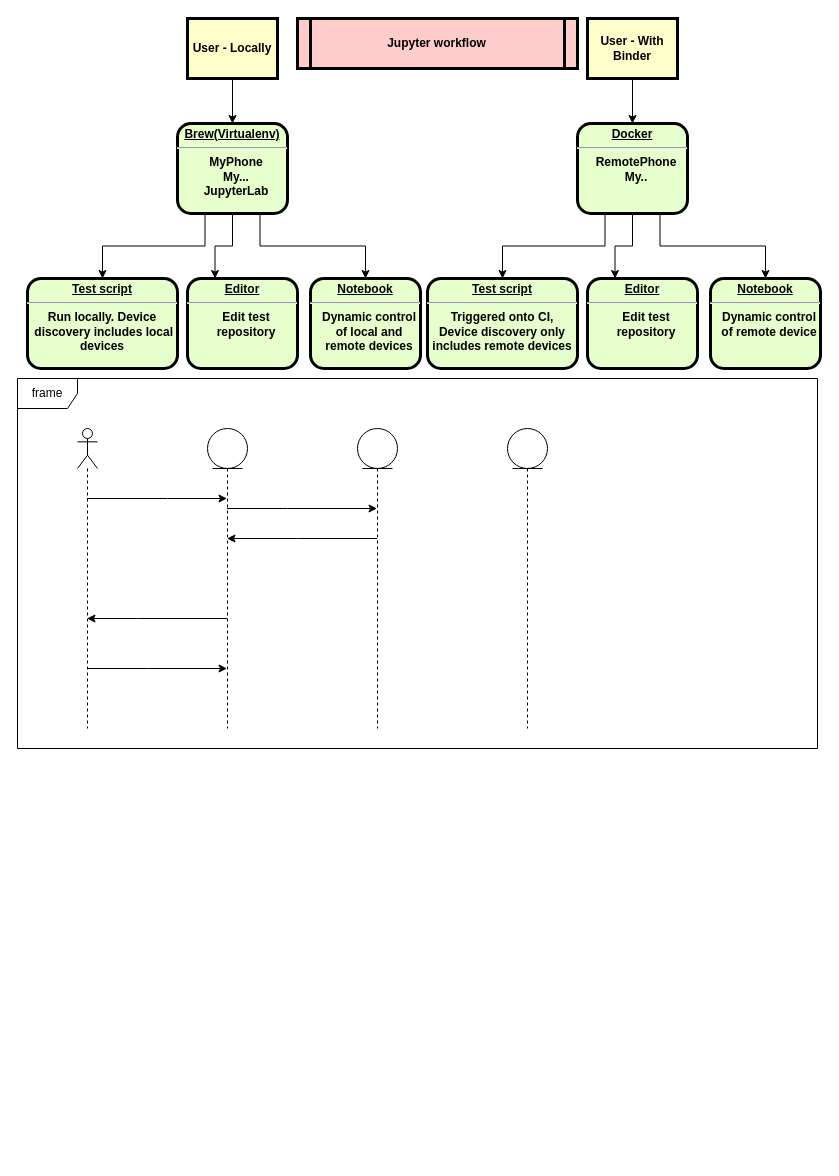
The draw.io diagram sequence.drawio in shaniarmon/presentations, before the edit. Source tidied: cells renumbered, new cells numbered last; positions are measured from the earlier drawing's top-left corner, leaving out a move shared by most shapes. Both pictures are drawn from the tidied source at 100%, with x=0, y=0 at pixel (17, 18).
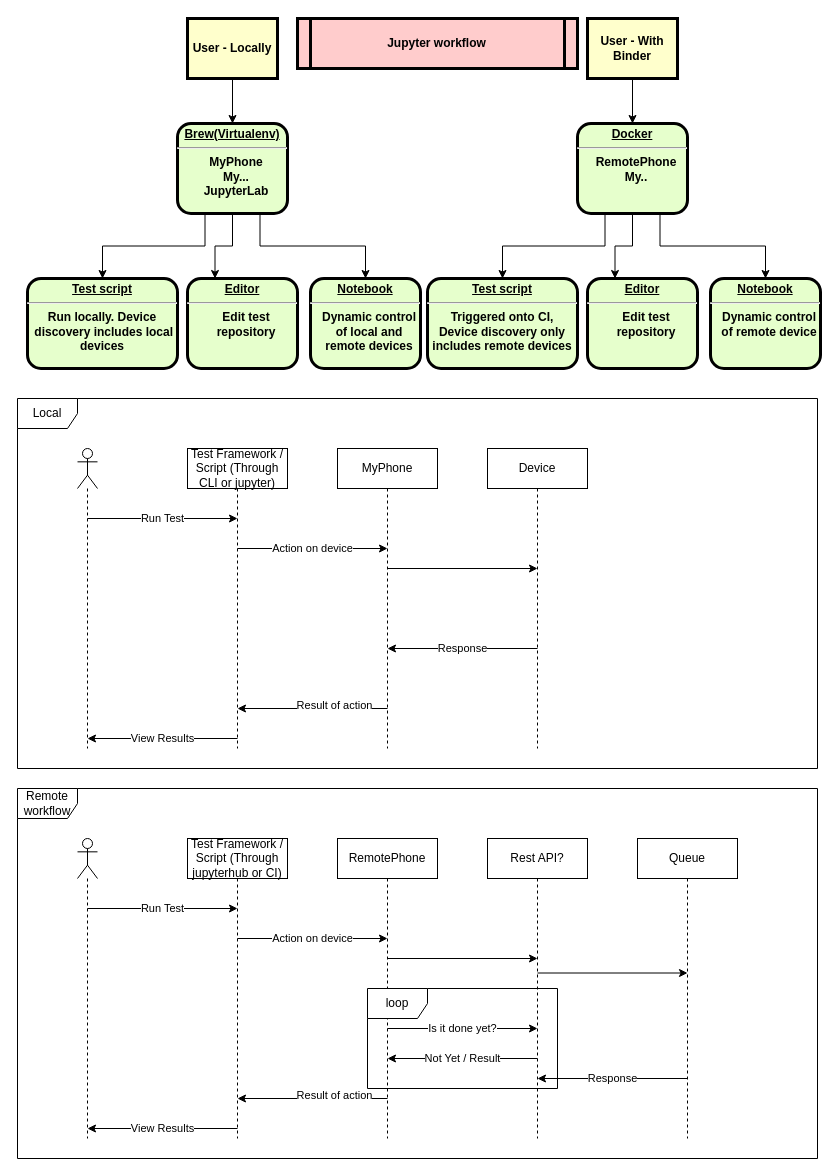
After the change.

Commit message:
sequence diagram

What changed in the source:
```diff
@@
-    <mxCell id="2" value="frame" style="shape=umlFrame;whiteSpace=wrap;html=1;" parent="1" vertex="1">
-      <mxGeometry y="360" width="800" height="370" as="geometry" />
-    </mxCell>
@@
-    <mxCell id="22" style="shape=umlLifeline;participant=umlActor;perimeter=lifelinePerimeter;whiteSpace=wrap;html=1;verticalAlign=top;spacingTop=36;labelBackgroundColor=#ffffff;outlineConnect=0;" parent="1" vertex="1">
-      <mxGeometry x="60" y="410" width="20" height="300" as="geometry" />
-    </mxCell>
-    <mxCell id="23" style="shape=umlLifeline;participant=umlEntity;perimeter=lifelinePerimeter;whiteSpace=wrap;html=1;verticalAlign=top;spacingTop=36;labelBackgroundColor=#ffffff;outlineConnect=0;" parent="1" vertex="1">
-      <mxGeometry x="190" y="410" width="40" height="300" as="geometry" />
-    </mxCell>
-    <mxCell id="24" style="shape=umlLifeline;participant=umlEntity;perimeter=lifelinePerimeter;whiteSpace=wrap;html=1;verticalAlign=top;spacingTop=36;labelBackgroundColor=#ffffff;" parent="1" vertex="1">
-      <mxGeometry x="490" y="410" width="40" height="300" as="geometry" />
-    </mxCell>
-    <mxCell id="25" style="shape=umlLifeline;participant=umlEntity;perimeter=lifelinePerimeter;whiteSpace=wrap;html=1;verticalAlign=top;spacingTop=36;labelBackgroundColor=#ffffff;outlineConnect=0;" parent="1" vertex="1">
-      <mxGeometry x="340" y="410" width="40" height="300" as="geometry" />
-    </mxCell>
-    <mxCell id="26" style="edgeStyle=orthogonalEdgeStyle;rounded=0;jettySize=auto;html=1;" parent="1" edge="1" source="22" target="23">
-      <mxGeometry relative="1" as="geometry">
-        <Array as="points">
-          <mxPoint x="150" y="480" />
-          <mxPoint x="150" y="480" />
-        </Array>
-      </mxGeometry>
-    </mxCell>
-    <mxCell id="27" style="edgeStyle=orthogonalEdgeStyle;rounded=0;jettySize=auto;html=1;" parent="1" edge="1" source="23" target="22">
-      <mxGeometry relative="1" as="geometry">
-        <Array as="points">
-          <mxPoint x="120" y="600" />
-          <mxPoint x="120" y="600" />
-        </Array>
-      </mxGeometry>
-    </mxCell>
-    <mxCell id="28" style="edgeStyle=orthogonalEdgeStyle;rounded=0;jettySize=auto;html=1;" parent="1" edge="1" source="25" target="23">
-      <mxGeometry relative="1" as="geometry">
-        <Array as="points">
-          <mxPoint x="280" y="520" />
-          <mxPoint x="280" y="520" />
-        </Array>
-      </mxGeometry>
-    </mxCell>
-    <mxCell id="29" style="edgeStyle=orthogonalEdgeStyle;rounded=0;jettySize=auto;html=1;" parent="1" edge="1" source="23" target="25">
-      <mxGeometry relative="1" as="geometry">
-        <Array as="points">
-          <mxPoint x="270" y="490" />
-          <mxPoint x="270" y="490" />
-        </Array>
-      </mxGeometry>
-    </mxCell>
-    <mxCell id="30" style="edgeStyle=orthogonalEdgeStyle;rounded=0;jettySize=auto;html=1;" parent="1" edge="1" source="22" target="23">
-      <mxGeometry relative="1" as="geometry">
-        <Array as="points">
-          <mxPoint x="130" y="650" />
-          <mxPoint x="130" y="650" />
-        </Array>
-      </mxGeometry>
-    </mxCell>
+    <mxCell id="31" value="Remote workflow" style="shape=umlFrame;whiteSpace=wrap;html=1;" parent="1" vertex="1">
+      <mxGeometry y="770" width="800" height="370" as="geometry" />
+    </mxCell>
+    <mxCell id="32" style="shape=umlLifeline;participant=umlActor;perimeter=lifelinePerimeter;whiteSpace=wrap;html=1;verticalAlign=top;spacingTop=36;labelBackgroundColor=#ffffff;" parent="1" vertex="1">
+      <mxGeometry x="60" y="820" width="20" height="300" as="geometry" />
+    </mxCell>
+    <mxCell id="33" style="edgeStyle=orthogonalEdgeStyle;rounded=0;orthogonalLoop=1;jettySize=auto;html=1;" parent="1" edge="1">
+      <mxGeometry relative="1" as="geometry">
+        <mxPoint x="370" y="1080" as="sourcePoint" />
+        <mxPoint x="220" y="1080" as="targetPoint" />
+        <Array as="points">
+          <mxPoint x="290.5" y="1080" />
+          <mxPoint x="290.5" y="1080" />
+        </Array>
+      </mxGeometry>
+    </mxCell>
+    <mxCell id="34" value="Result of action" style="edgeLabel;html=1;align=center;verticalAlign=middle;" parent="33" vertex="1">
+      <mxGeometry x="0.06" y="-26" relative="1" as="geometry">
+        <mxPoint x="26" y="22" as="offset" />
+      </mxGeometry>
+    </mxCell>
+    <mxCell id="35" value="Action on device" style="edgeStyle=orthogonalEdgeStyle;rounded=0;orthogonalLoop=1;jettySize=auto;html=1;" parent="1" edge="1">
+      <mxGeometry relative="1" as="geometry">
+        <mxPoint x="220" y="920" as="sourcePoint" />
+        <mxPoint x="370" y="920" as="targetPoint" />
+        <Array as="points">
+          <mxPoint x="280.5" y="920" />
+          <mxPoint x="280.5" y="920" />
+        </Array>
+      </mxGeometry>
+    </mxCell>
+    <mxCell id="36" value="Test Framework / Script (Through jupyterhub or CI)" style="shape=umlLifeline;perimeter=lifelinePerimeter;whiteSpace=wrap;html=1;" parent="1" vertex="1">
+      <mxGeometry x="170" y="820" width="100" height="300" as="geometry" />
+    </mxCell>
+    <mxCell id="37" value="RemotePhone" style="shape=umlLifeline;perimeter=lifelinePerimeter;whiteSpace=wrap;html=1;" parent="1" vertex="1">
+      <mxGeometry x="320" y="820" width="100" height="300" as="geometry" />
+    </mxCell>
+    <mxCell id="38" style="edgeStyle=orthogonalEdgeStyle;rounded=0;orthogonalLoop=1;jettySize=auto;html=1;" parent="1" edge="1">
+      <mxGeometry relative="1" as="geometry">
+        <mxPoint x="370" y="940" as="sourcePoint" />
+        <mxPoint x="520" y="940" as="targetPoint" />
+        <Array as="points">
+          <mxPoint x="430.5" y="940" />
+          <mxPoint x="430.5" y="940" />
+        </Array>
+      </mxGeometry>
+    </mxCell>
+    <mxCell id="39" value="Run Test" style="edgeStyle=orthogonalEdgeStyle;rounded=0;orthogonalLoop=1;jettySize=auto;html=1;" parent="1" edge="1">
+      <mxGeometry relative="1" as="geometry">
+        <mxPoint x="70" y="890" as="sourcePoint" />
+        <mxPoint x="220" y="890" as="targetPoint" />
+        <Array as="points">
+          <mxPoint x="130.5" y="890" />
+          <mxPoint x="130.5" y="890" />
+        </Array>
+      </mxGeometry>
+    </mxCell>
+    <mxCell id="40" value="Rest API?" style="shape=umlLifeline;perimeter=lifelinePerimeter;whiteSpace=wrap;html=1;" parent="1" vertex="1">
+      <mxGeometry x="470" y="820" width="100" height="300" as="geometry" />
+    </mxCell>
+    <mxCell id="41" style="edgeStyle=orthogonalEdgeStyle;rounded=0;orthogonalLoop=1;jettySize=auto;html=1;" parent="1" edge="1">
+      <mxGeometry relative="1" as="geometry">
+        <mxPoint x="520" y="954.5" as="sourcePoint" />
+        <mxPoint x="670" y="954.5" as="targetPoint" />
+        <Array as="points">
+          <mxPoint x="580.5" y="954.5" />
+          <mxPoint x="580.5" y="954.5" />
+        </Array>
+      </mxGeometry>
+    </mxCell>
+    <mxCell id="42" value="Queue" style="shape=umlLifeline;perimeter=lifelinePerimeter;whiteSpace=wrap;html=1;" parent="1" vertex="1">
+      <mxGeometry x="620" y="820" width="100" height="300" as="geometry" />
+    </mxCell>
+    <mxCell id="43" value="View Results" style="edgeStyle=orthogonalEdgeStyle;rounded=0;orthogonalLoop=1;jettySize=auto;html=1;" parent="1" edge="1">
+      <mxGeometry relative="1" as="geometry">
+        <mxPoint x="220" y="1110" as="sourcePoint" />
+        <mxPoint x="70" y="1110" as="targetPoint" />
+        <Array as="points">
+          <mxPoint x="140.5" y="1110" />
+          <mxPoint x="140.5" y="1110" />
+        </Array>
+      </mxGeometry>
+    </mxCell>
+    <mxCell id="44" value="loop" style="shape=umlFrame;whiteSpace=wrap;html=1;" parent="1" vertex="1">
+      <mxGeometry x="350" y="970" width="190" height="100" as="geometry" />
+    </mxCell>
+    <mxCell id="45" value="Is it done yet?" style="edgeStyle=orthogonalEdgeStyle;rounded=0;orthogonalLoop=1;jettySize=auto;html=1;" parent="1" edge="1">
+      <mxGeometry relative="1" as="geometry">
+        <mxPoint x="370" y="1010" as="sourcePoint" />
+        <mxPoint x="520" y="1010" as="targetPoint" />
+        <Array as="points">
+          <mxPoint x="430.5" y="1010" />
+          <mxPoint x="430.5" y="1010" />
+        </Array>
+      </mxGeometry>
+    </mxCell>
+    <mxCell id="46" value="Not Yet / Result" style="edgeStyle=orthogonalEdgeStyle;rounded=0;orthogonalLoop=1;jettySize=auto;html=1;" parent="1" edge="1">
+      <mxGeometry relative="1" as="geometry">
+        <mxPoint x="520" y="1040" as="sourcePoint" />
+        <mxPoint x="370" y="1040" as="targetPoint" />
+        <Array as="points">
+          <mxPoint x="440.5" y="1040" />
+          <mxPoint x="440.5" y="1040" />
+        </Array>
+      </mxGeometry>
+    </mxCell>
+    <mxCell id="47" value="Response" style="edgeStyle=orthogonalEdgeStyle;rounded=0;orthogonalLoop=1;jettySize=auto;html=1;" parent="1" edge="1">
+      <mxGeometry relative="1" as="geometry">
+        <mxPoint x="670" y="1060" as="sourcePoint" />
+        <mxPoint x="520" y="1060" as="targetPoint" />
+        <Array as="points">
+          <mxPoint x="590.5" y="1060" />
+          <mxPoint x="590.5" y="1060" />
+        </Array>
+      </mxGeometry>
+    </mxCell>
+    <mxCell id="48" value="Local" style="shape=umlFrame;whiteSpace=wrap;html=1;" parent="1" vertex="1">
+      <mxGeometry y="380" width="800" height="370" as="geometry" />
+    </mxCell>
+    <mxCell id="49" style="shape=umlLifeline;participant=umlActor;perimeter=lifelinePerimeter;whiteSpace=wrap;html=1;verticalAlign=top;spacingTop=36;labelBackgroundColor=#ffffff;" parent="1" vertex="1">
+      <mxGeometry x="60" y="430" width="20" height="300" as="geometry" />
+    </mxCell>
+    <mxCell id="50" style="edgeStyle=orthogonalEdgeStyle;rounded=0;orthogonalLoop=1;jettySize=auto;html=1;" parent="1" edge="1">
+      <mxGeometry relative="1" as="geometry">
+        <mxPoint x="370" y="690" as="sourcePoint" />
+        <mxPoint x="220" y="690" as="targetPoint" />
+        <Array as="points">
+          <mxPoint x="290.5" y="690" />
+          <mxPoint x="290.5" y="690" />
+        </Array>
+      </mxGeometry>
+    </mxCell>
+    <mxCell id="51" value="Result of action" style="edgeLabel;html=1;align=center;verticalAlign=middle;" parent="50" vertex="1">
+      <mxGeometry x="0.06" y="-26" relative="1" as="geometry">
+        <mxPoint x="26" y="22" as="offset" />
+      </mxGeometry>
+    </mxCell>
+    <mxCell id="52" value="Action on device" style="edgeStyle=orthogonalEdgeStyle;rounded=0;orthogonalLoop=1;jettySize=auto;html=1;" parent="1" edge="1">
+      <mxGeometry relative="1" as="geometry">
+        <mxPoint x="220" y="530" as="sourcePoint" />
+        <mxPoint x="370" y="530" as="targetPoint" />
+        <Array as="points">
+          <mxPoint x="280.5" y="530" />
+          <mxPoint x="280.5" y="530" />
+        </Array>
+      </mxGeometry>
+    </mxCell>
+    <mxCell id="53" value="Test Framework / Script (Through CLI or jupyter)" style="shape=umlLifeline;perimeter=lifelinePerimeter;whiteSpace=wrap;html=1;" parent="1" vertex="1">
+      <mxGeometry x="170" y="430" width="100" height="300" as="geometry" />
+    </mxCell>
+    <mxCell id="54" value="MyPhone" style="shape=umlLifeline;perimeter=lifelinePerimeter;whiteSpace=wrap;html=1;" parent="1" vertex="1">
+      <mxGeometry x="320" y="430" width="100" height="300" as="geometry" />
+    </mxCell>
+    <mxCell id="55" style="edgeStyle=orthogonalEdgeStyle;rounded=0;orthogonalLoop=1;jettySize=auto;html=1;" parent="1" edge="1">
+      <mxGeometry relative="1" as="geometry">
+        <mxPoint x="370" y="550" as="sourcePoint" />
+        <mxPoint x="520" y="550" as="targetPoint" />
+        <Array as="points">
+          <mxPoint x="430.5" y="550" />
+          <mxPoint x="430.5" y="550" />
+        </Array>
+      </mxGeometry>
+    </mxCell>
+    <mxCell id="56" value="Run Test" style="edgeStyle=orthogonalEdgeStyle;rounded=0;orthogonalLoop=1;jettySize=auto;html=1;" parent="1" edge="1">
+      <mxGeometry relative="1" as="geometry">
+        <mxPoint x="70" y="500" as="sourcePoint" />
+        <mxPoint x="220" y="500" as="targetPoint" />
+        <Array as="points">
+          <mxPoint x="130.5" y="500" />
+          <mxPoint x="130.5" y="500" />
+        </Array>
+      </mxGeometry>
+    </mxCell>
+    <mxCell id="57" value="Device" style="shape=umlLifeline;perimeter=lifelinePerimeter;whiteSpace=wrap;html=1;" parent="1" vertex="1">
+      <mxGeometry x="470" y="430" width="100" height="300" as="geometry" />
+    </mxCell>
+    <mxCell id="58" value="View Results" style="edgeStyle=orthogonalEdgeStyle;rounded=0;orthogonalLoop=1;jettySize=auto;html=1;" parent="1" edge="1">
+      <mxGeometry relative="1" as="geometry">
+        <mxPoint x="220" y="720" as="sourcePoint" />
+        <mxPoint x="70" y="720" as="targetPoint" />
+        <Array as="points">
+          <mxPoint x="140.5" y="720" />
+          <mxPoint x="140.5" y="720" />
+        </Array>
+      </mxGeometry>
+    </mxCell>
+    <mxCell id="59" value="Response" style="edgeStyle=orthogonalEdgeStyle;rounded=0;orthogonalLoop=1;jettySize=auto;html=1;" parent="1" edge="1">
+      <mxGeometry relative="1" as="geometry">
+        <mxPoint x="520" y="630" as="sourcePoint" />
+        <mxPoint x="370" y="630" as="targetPoint" />
+        <Array as="points">
+          <mxPoint x="440.5" y="630" />
+          <mxPoint x="440.5" y="630" />
+        </Array>
+      </mxGeometry>
+    </mxCell>
```
